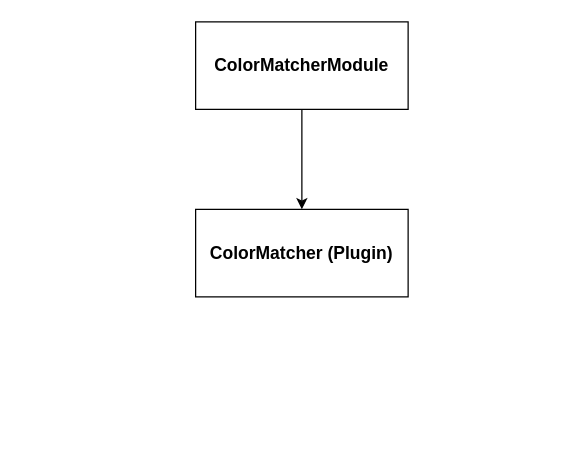
Earlier version of the draw.io diagram 제목 없는 다이어그램.drawio (LimSeokHyun1/Nestjs_Practice). Source tidied: cells renumbered, new cells numbered last; positions are measured from the earlier drawing's top-left corner, leaving out a move shared by most shapes. Both pictures are drawn from the tidied source at 125%, with x=0, y=0 at pixel (195, 21).
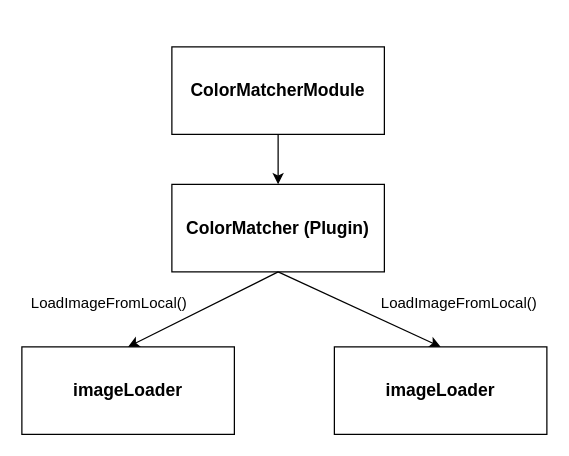
The same page after the edit.

Commit message (it also covers changes not shown here):
제목 없는 다이어그램.drawio 업데이트

Change to the diagram source:
```diff
@@
 <mxGraphModel>
   <root>
     <mxCell id="0" />
     <mxCell id="1" parent="0" />
     <mxCell id="2" style="edgeStyle=orthogonalEdgeStyle;rounded=0;jettySize=auto;html=1;" parent="1" edge="1" source="3">
       <mxGeometry relative="1" as="geometry">
-        <mxPoint x="85" y="150" as="targetPoint" />
+        <mxPoint x="66" y="130" as="targetPoint" />
       </mxGeometry>
     </mxCell>
     <mxCell id="3" value="&lt;b&gt;&lt;font style=&quot;font-size: 14px;&quot;&gt;ColorMatcherModule&lt;/font&gt;&lt;/b&gt;" style="rounded=0;whiteSpace=wrap;html=1;" parent="1" vertex="1">
-      <mxGeometry width="170" height="70" as="geometry" />
+      <mxGeometry x="-19" y="20" width="170" height="70" as="geometry" />
     </mxCell>
     <mxCell id="4" value="&lt;b&gt;&lt;font style=&quot;font-size: 14px;&quot;&gt;ColorMatcher (Plugin)&lt;/font&gt;&lt;/b&gt;" style="rounded=0;whiteSpace=wrap;html=1;" parent="1" vertex="1">
-      <mxGeometry y="150" width="170" height="70" as="geometry" />
+      <mxGeometry x="-19" y="130" width="170" height="70" as="geometry" />
     </mxCell>
+    <mxCell id="5" style="endArrow=classic;html=1;rounded=0;exitX=0.5;exitY=1;exitDx=0;exitDy=0;entryX=0.5;entryY=0;entryDx=0;entryDy=0;" parent="1" edge="1" source="4" target="7">
+      <mxGeometry relative="1" as="geometry" />
+    </mxCell>
+    <mxCell id="6" style="endArrow=classic;html=1;rounded=0;exitX=0.5;exitY=1;exitDx=0;exitDy=0;entryX=0.5;entryY=0;entryDx=0;entryDy=0;" parent="1" edge="1" source="4" target="8">
+      <mxGeometry relative="1" as="geometry" />
+    </mxCell>
+    <mxCell id="7" value="&lt;b&gt;&lt;font style=&quot;font-size: 14px;&quot;&gt;imageLoader&lt;/font&gt;&lt;/b&gt;" style="rounded=0;whiteSpace=wrap;html=1;" parent="1" vertex="1">
+      <mxGeometry x="-139" y="260" width="170" height="70" as="geometry" />
+    </mxCell>
+    <mxCell id="8" value="&lt;b style=&quot;border-color: var(--border-color);&quot;&gt;&lt;font style=&quot;border-color: var(--border-color); font-size: 14px;&quot;&gt;imageLoader&lt;/font&gt;&lt;/b&gt;" style="rounded=0;whiteSpace=wrap;html=1;" parent="1" vertex="1">
+      <mxGeometry x="111" y="260" width="170" height="70" as="geometry" />
+    </mxCell>
+    <mxCell id="9" value="LoadImageFromLocal()" style="text;html=1;strokeColor=none;fillColor=none;align=center;verticalAlign=middle;whiteSpace=wrap;rounded=0;" parent="1" vertex="1">
+      <mxGeometry x="-99" y="210" width="60" height="30" as="geometry" />
+    </mxCell>
+    <mxCell id="10" value="LoadImageFromLocal()" style="text;html=1;strokeColor=none;fillColor=none;align=center;verticalAlign=middle;whiteSpace=wrap;rounded=0;" parent="1" vertex="1">
+      <mxGeometry x="181" y="210" width="60" height="30" as="geometry" />
+    </mxCell>
   </root>
 </mxGraphModel>
```
